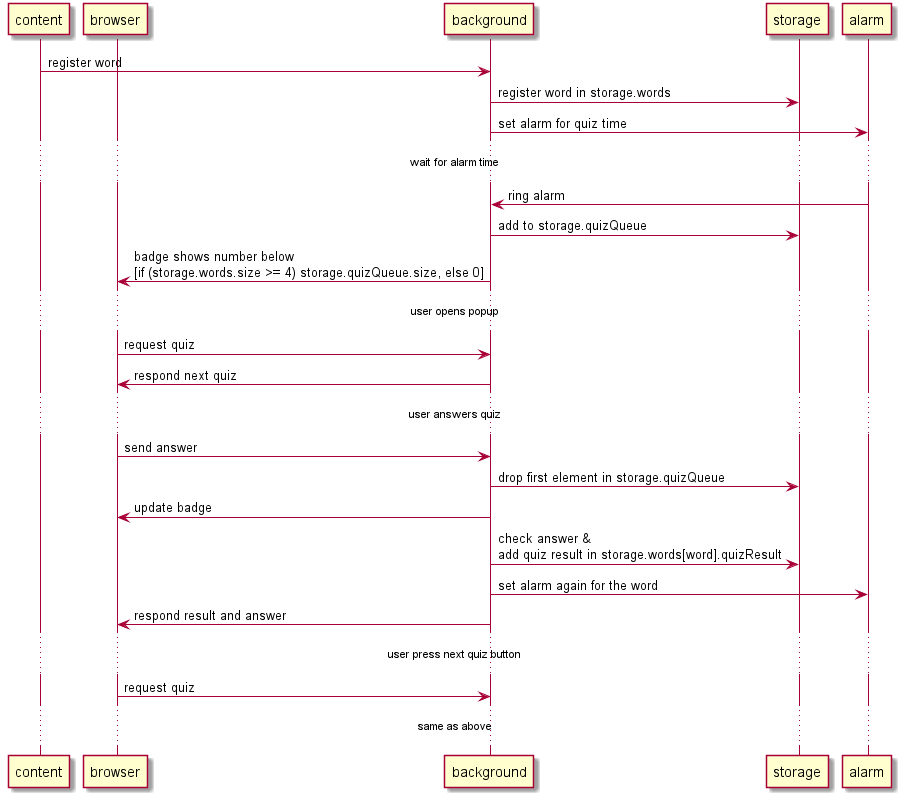
This is background/sequence.png from konohiroaki/quiz-for-autogenerated-vocabulary-list, a PlantUML export, as it was before one commit.
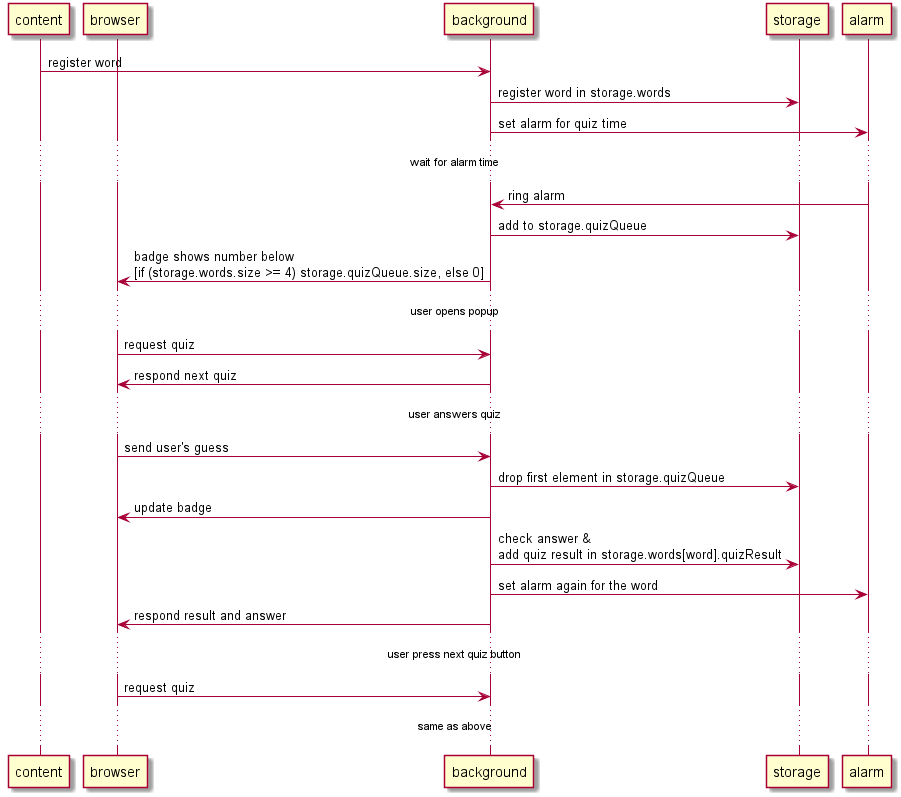
Above is the later version.

Change to the diagram source:
```diff
@@ -16,7 +16,7 @@
 browser->background: request quiz
 background->browser: respond next quiz
 ...user answers quiz...
-browser->background: send answer
+browser->background: send user's guess
 background->storage: drop first element in storage.quizQueue
 background->browser: update badge
 background->storage: check answer &\nadd quiz result in storage.words[word].quizResult
```
